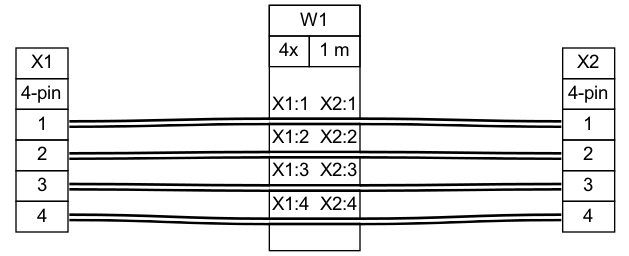
This is tutorial/tutorial01.png from wireviz/WireViz, a Graphviz export, as it was before one commit. Its source is kept beside it as tutorial/tutorial01.gv.
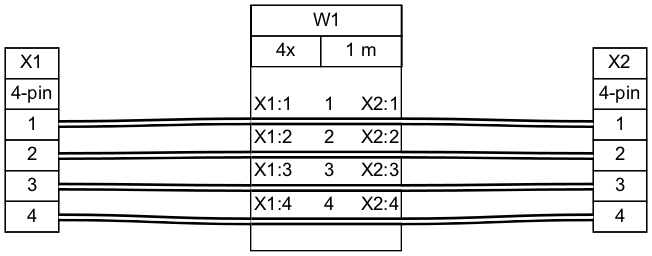
Above is the later version.

The edit, as a diff of the source:
```diff
@@ -1,6 +1,6 @@
 graph {
-	graph [bgcolor=white fontname=arial nodesep=0.33 rankdir=LR ranksep=2]
-	node [fillcolor=white fontname=arial shape=record style=filled]
+	graph [bgcolor="#FFFFFF" fontname=arial nodesep=0.33 rankdir=LR ranksep=2]
+	node [fillcolor="#FFFFFF" fontname=arial height=0 margin=0 shape=none style=filled width=0]
 	edge [fontname=arial style=bold]
 	X1 [label=<
 <table border="0" cellspacing="0" cellpadding="0">
@@ -31,7 +31,7 @@
   </table>
  </td></tr>
 </table>
-> fillcolor=white margin=0 shape=none style=filled]
+> fillcolor="#FFFFFF" shape=box style=filled]
 	X2 [label=<
 <table border="0" cellspacing="0" cellpadding="0">
  <tr><td>
@@ -61,7 +61,7 @@
   </table>
  </td></tr>
 </table>
-> fillcolor=white margin=0 shape=none style=filled]
+> fillcolor="#FFFFFF" shape=box style=filled]
 	edge [color="#000000:#ffffff:#000000"]
 	X1:p1r:e -- W1:w1:w
 	W1:w1:e -- X2:p1l:w
@@ -92,7 +92,9 @@
    <tr><td>&nbsp;</td></tr>
    <tr>
     <td>X1:1</td>
-    <td></td>
+    <td>
+     1
+    </td>
     <td>X2:1</td>
    </tr>
    <tr>
@@ -106,7 +108,9 @@
    </tr>
    <tr>
     <td>X1:2</td>
-    <td></td>
+    <td>
+     2
+    </td>
     <td>X2:2</td>
    </tr>
    <tr>
@@ -120,7 +124,9 @@
    </tr>
    <tr>
     <td>X1:3</td>
-    <td></td>
+    <td>
+     3
+    </td>
     <td>X2:3</td>
    </tr>
    <tr>
@@ -134,7 +140,9 @@
    </tr>
    <tr>
     <td>X1:4</td>
-    <td></td>
+    <td>
+     4
+    </td>
     <td>X2:4</td>
    </tr>
    <tr>
@@ -150,5 +158,5 @@
   </table>
  </td></tr>
 </table>
-> fillcolor=white margin=0 shape=box style=""]
+> fillcolor="#FFFFFF" shape=box style=filled]
 }
```
